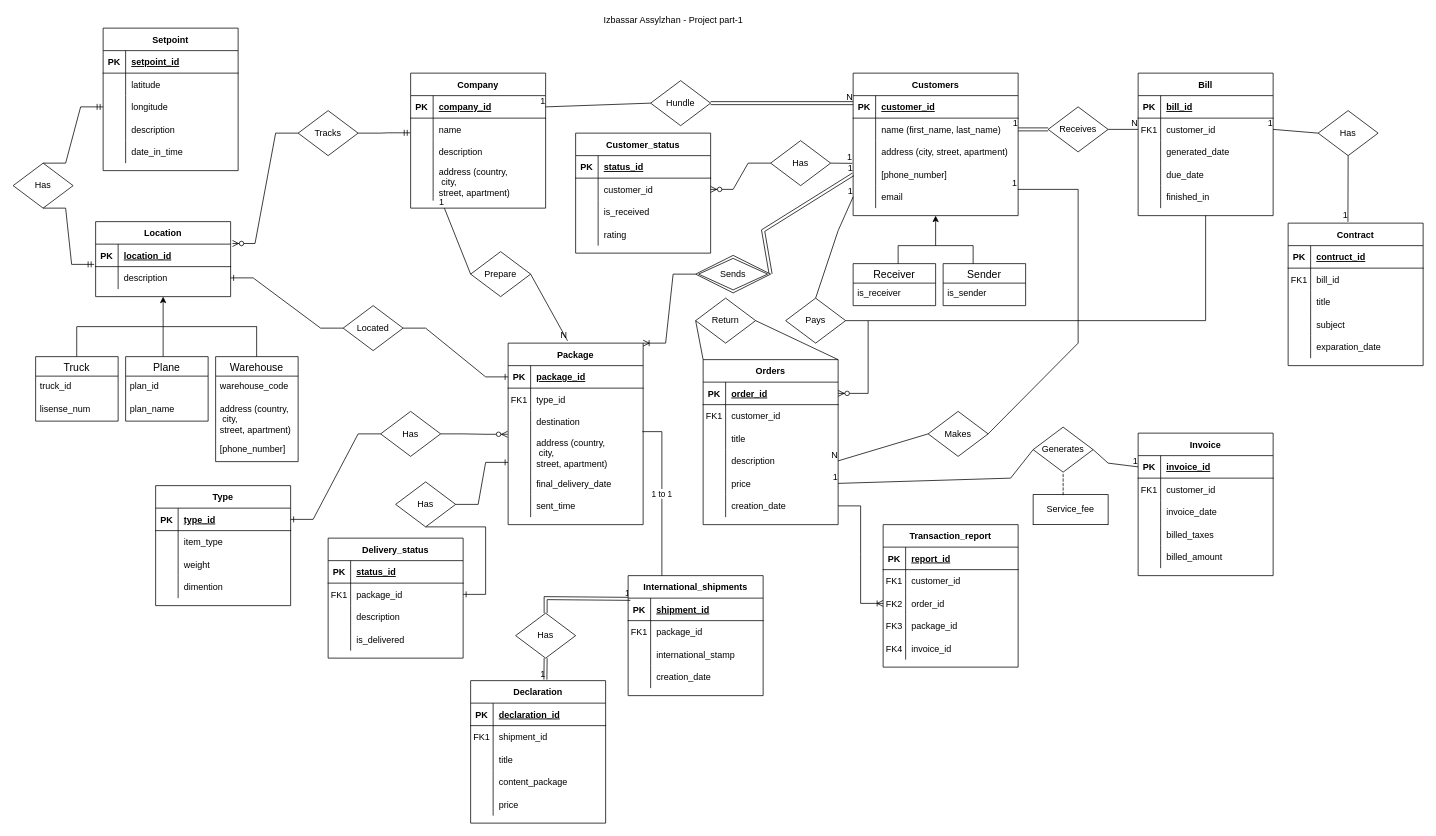
Before: Project/project_part1.drawio in Assylzhan-Izbassar/Databases, a draw.io diagram. Source tidied: cells renumbered, new cells numbered last; positions are measured from the earlier drawing's top-left corner, leaving out a move shared by most shapes. Both pictures are drawn from the tidied source at 75%, with x=0, y=0 at pixel (13, 13).
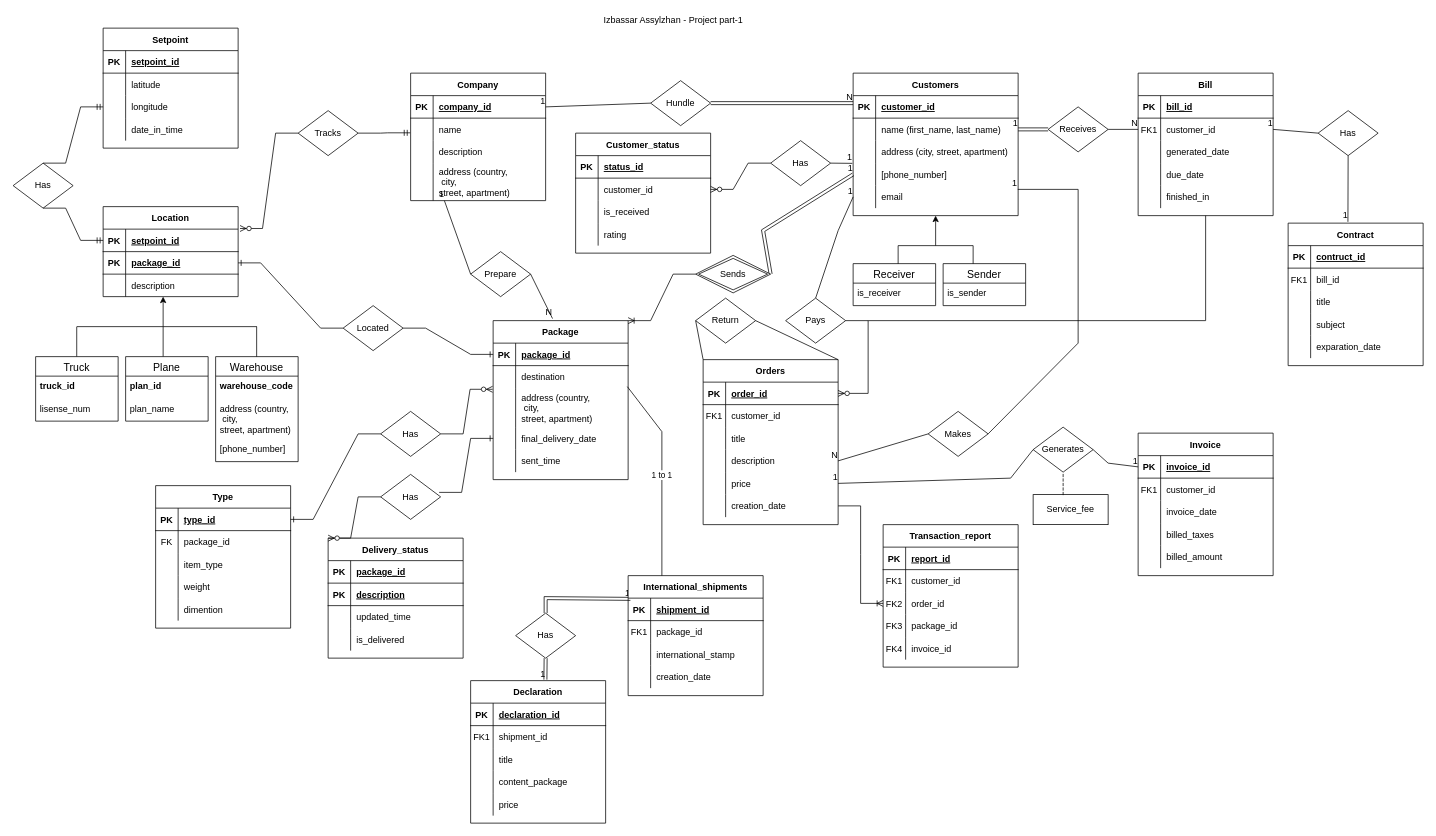
The same page after the edit.

The change refers to these unchanged cells:
```xml
<mxCell id="176" value="Delivery_status" style="shape=table;startSize=30;childLayout=tableLayout;rowLines=0;fontStyle=1;align=center;" parent="1" vertex="1">
  <mxGeometry x="420" y="700" width="180" height="160" as="geometry" />
</mxCell>
<mxCell id="177" style="shape=partialRectangle;fillColor=none;top=0;left=0;bottom=1;right=0;" parent="176" vertex="1">
  <mxGeometry y="30" width="180" height="30" as="geometry" />
</mxCell>
<mxCell id="193" style="shape=partialRectangle;fillColor=none;top=0;left=0;bottom=0;right=0;" parent="189" vertex="1">
  <mxGeometry y="60" width="180" height="30" as="geometry" />
</mxCell>
<mxCell id="203" style="shape=partialRectangle;fillColor=none;top=0;left=0;bottom=1;right=0;points=[[0,0.5],[1,0.5]];portConstraint=eastwest;" parent="202" vertex="1">
  <mxGeometry y="30" width="180" height="30" as="geometry" />
</mxCell>
<mxCell id="213" value="Truck" style="swimlane;fontStyle=0;horizontal=1;startSize=26;align=center;fontSize=14;" parent="1" vertex="1">
  <mxGeometry x="30" y="458" width="110" height="86" as="geometry" />
</mxCell>
<mxCell id="216" value="Plane" style="swimlane;fontStyle=0;horizontal=1;startSize=26;align=center;fontSize=14;" parent="1" vertex="1">
  <mxGeometry x="150" y="458" width="110" height="86" as="geometry" />
</mxCell>
<mxCell id="219" value="Warehouse" style="swimlane;fontStyle=0;horizontal=1;startSize=26;align=center;fontSize=14;" parent="1" vertex="1">
  <mxGeometry x="270" y="458" width="110" height="140" as="geometry" />
</mxCell>
<mxCell id="245" value="Has" style="shape=rhombus;perimeter=rhombusPerimeter;whiteSpace=wrap;html=1;align=center;" parent="1" vertex="1">
  <mxGeometry y="200" width="80" height="60" as="geometry" />
</mxCell>
<mxCell id="263" value="Located" style="shape=rhombus;perimeter=rhombusPerimeter;whiteSpace=wrap;html=1;align=center;" parent="1" vertex="1">
  <mxGeometry x="440" y="390" width="80" height="60" as="geometry" />
</mxCell>
```

Change to the diagram source:
```diff
@@
     <mxCell id="115" value="Company" style="shape=table;startSize=30;childLayout=tableLayout;rowLines=0;fontStyle=1;align=center;" parent="1" vertex="1">
-      <mxGeometry x="530" y="80" width="180" height="180" as="geometry" />
+      <mxGeometry x="530" y="80" width="180" height="170" as="geometry" />
     </mxCell>
@@
     <mxCell id="141" value="Package" style="shape=table;startSize=30;childLayout=tableLayout;rowLines=0;fontStyle=1;align=center;" parent="1" vertex="1">
-      <mxGeometry x="660" y="440" width="180" height="242" as="geometry" />
+      <mxGeometry x="640" y="410" width="180" height="212" as="geometry" />
     </mxCell>
@@
-    <mxCell id="145" style="shape=partialRectangle;fillColor=none;top=0;left=0;bottom=0;right=0;" parent="141" vertex="1">
-      <mxGeometry y="60" width="180" height="30" as="geometry" />
-    </mxCell>
-    <mxCell id="146" value="FK1" style="shape=partialRectangle;fillColor=none;top=0;left=0;bottom=0;right=0;overflow=hidden;" parent="145" vertex="1">
-      <mxGeometry width="30" height="30" as="geometry" />
-    </mxCell>
-    <mxCell id="147" value="type_id" style="shape=partialRectangle;fillColor=none;top=0;left=0;bottom=0;right=0;align=left;spacingLeft=6;overflow=hidden;" parent="145" vertex="1">
-      <mxGeometry x="30" width="150" height="30" as="geometry" />
-    </mxCell>
     <mxCell id="148" style="shape=partialRectangle;fillColor=none;top=0;left=0;bottom=0;right=0;" parent="141" vertex="1">
-      <mxGeometry y="90" width="180" height="30" as="geometry" />
+      <mxGeometry y="60" width="180" height="30" as="geometry" />
     </mxCell>
@@
     <mxCell id="151" style="shape=partialRectangle;fillColor=none;top=0;left=0;bottom=0;right=0;points=[[0,0.5],[1,0.5]];portConstraint=eastwest;" parent="141" vertex="1">
-      <mxGeometry y="120" width="180" height="52" as="geometry" />
+      <mxGeometry y="90" width="180" height="52" as="geometry" />
     </mxCell>
@@
     <mxCell id="154" style="shape=partialRectangle;fillColor=none;top=0;left=0;bottom=0;right=0;points=[[0,0.5],[1,0.5]];portConstraint=eastwest;" parent="141" vertex="1">
-      <mxGeometry y="172" width="180" height="30" as="geometry" />
+      <mxGeometry y="142" width="180" height="30" as="geometry" />
     </mxCell>
@@
     <mxCell id="157" style="shape=partialRectangle;fillColor=none;top=0;left=0;bottom=0;right=0;" parent="141" vertex="1">
-      <mxGeometry y="202" width="180" height="30" as="geometry" />
+      <mxGeometry y="172" width="180" height="30" as="geometry" />
     </mxCell>
@@
-    <mxCell id="179" value="status_id" style="shape=partialRectangle;fillColor=none;top=0;left=0;bottom=0;right=0;align=left;spacingLeft=6;fontStyle=5;overflow=hidden;" parent="177" vertex="1">
+    <mxCell id="179" value="package_id" style="shape=partialRectangle;fillColor=none;top=0;left=0;bottom=0;right=0;align=left;spacingLeft=6;fontStyle=5;overflow=hidden;" parent="177" vertex="1">
       <mxGeometry x="30" width="150" height="30" as="geometry" />
     </mxCell>
-    <mxCell id="180" style="shape=partialRectangle;fillColor=none;top=0;left=0;bottom=0;right=0;points=[[0,0.5],[1,0.5]];portConstraint=eastwest;" parent="176" vertex="1">
-      <mxGeometry y="60" width="180" height="30" as="geometry" />
-    </mxCell>
-    <mxCell id="181" value="FK1" style="shape=partialRectangle;fillColor=none;top=0;left=0;bottom=0;right=0;overflow=hidden;" parent="180" vertex="1">
-      <mxGeometry width="30" height="30" as="geometry" />
-    </mxCell>
-    <mxCell id="182" value="package_id" style="shape=partialRectangle;fillColor=none;top=0;left=0;bottom=0;right=0;align=left;spacingLeft=6;overflow=hidden;" parent="180" vertex="1">
-      <mxGeometry x="30" width="150" height="30" as="geometry" />
-    </mxCell>
-    <mxCell id="183" style="shape=partialRectangle;fillColor=none;top=0;left=0;bottom=0;right=0;" parent="176" vertex="1">
-      <mxGeometry y="90" width="180" height="30" as="geometry" />
-    </mxCell>
-    <mxCell id="184" style="shape=partialRectangle;fillColor=none;top=0;left=0;bottom=0;right=0;overflow=hidden;" parent="183" vertex="1">
-      <mxGeometry width="30" height="30" as="geometry" />
-    </mxCell>
-    <mxCell id="185" value="description" style="shape=partialRectangle;fillColor=none;top=0;left=0;bottom=0;right=0;align=left;spacingLeft=6;overflow=hidden;" parent="183" vertex="1">
-      <mxGeometry x="30" width="150" height="30" as="geometry" />
-    </mxCell>
+    <mxCell id="321" style="shape=partialRectangle;fillColor=none;top=0;left=0;bottom=1;right=0;" parent="176" vertex="1">
+      <mxGeometry y="60" width="180" height="30" as="geometry" />
+    </mxCell>
+    <mxCell id="322" value="PK" style="shape=partialRectangle;fillColor=none;top=0;left=0;bottom=0;right=0;fontStyle=1;overflow=hidden;" parent="321" vertex="1">
+      <mxGeometry width="30" height="30" as="geometry" />
+    </mxCell>
+    <mxCell id="323" value="description" style="shape=partialRectangle;fillColor=none;top=0;left=0;bottom=0;right=0;align=left;spacingLeft=6;fontStyle=5;overflow=hidden;" parent="321" vertex="1">
+      <mxGeometry x="30" width="150" height="30" as="geometry" />
+    </mxCell>
+    <mxCell id="324" style="shape=partialRectangle;fillColor=none;top=0;left=0;bottom=0;right=0;" parent="176" vertex="1">
+      <mxGeometry y="90" width="180" height="30" as="geometry" />
+    </mxCell>
+    <mxCell id="325" style="shape=partialRectangle;fillColor=none;top=0;left=0;bottom=0;right=0;overflow=hidden;" parent="324" vertex="1">
+      <mxGeometry width="30" height="30" as="geometry" />
+    </mxCell>
+    <mxCell id="326" value="updated_time" style="shape=partialRectangle;fillColor=none;top=0;left=0;bottom=0;right=0;align=left;spacingLeft=6;overflow=hidden;" parent="324" vertex="1">
+      <mxGeometry x="30" width="150" height="30" as="geometry" />
+    </mxCell>
@@
     <mxCell id="189" value="Type" style="shape=table;startSize=30;childLayout=tableLayout;rowLines=0;fontStyle=1;align=center;" parent="1" vertex="1">
-      <mxGeometry x="190" y="630" width="180" height="160" as="geometry" />
+      <mxGeometry x="190" y="630" width="180" height="190" as="geometry" />
     </mxCell>
@@
-    <mxCell id="194" style="shape=partialRectangle;fillColor=none;top=0;left=0;bottom=0;right=0;overflow=hidden;" parent="193" vertex="1">
+    <mxCell id="194" value="FK" style="shape=partialRectangle;fillColor=none;top=0;left=0;bottom=0;right=0;overflow=hidden;" parent="193" vertex="1">
       <mxGeometry width="30" height="30" as="geometry" />
     </mxCell>
-    <mxCell id="195" value="item_type" style="shape=partialRectangle;fillColor=none;top=0;left=0;bottom=0;right=0;align=left;spacingLeft=6;overflow=hidden;" parent="193" vertex="1">
+    <mxCell id="195" value="package_id" style="shape=partialRectangle;fillColor=none;top=0;left=0;bottom=0;right=0;align=left;spacingLeft=6;overflow=hidden;" parent="193" vertex="1">
       <mxGeometry x="30" width="150" height="30" as="geometry" />
     </mxCell>
+    <mxCell id="327" style="shape=partialRectangle;fillColor=none;top=0;left=0;bottom=0;right=0;" parent="189" vertex="1">
+      <mxGeometry y="90" width="180" height="30" as="geometry" />
+    </mxCell>
+    <mxCell id="328" style="shape=partialRectangle;fillColor=none;top=0;left=0;bottom=0;right=0;overflow=hidden;" parent="327" vertex="1">
+      <mxGeometry width="30" height="30" as="geometry" />
+    </mxCell>
+    <mxCell id="329" value="item_type" style="shape=partialRectangle;fillColor=none;top=0;left=0;bottom=0;right=0;align=left;spacingLeft=6;overflow=hidden;" parent="327" vertex="1">
+      <mxGeometry x="30" width="150" height="30" as="geometry" />
+    </mxCell>
     <mxCell id="196" style="shape=partialRectangle;fillColor=none;top=0;left=0;bottom=0;right=0;" parent="189" vertex="1">
-      <mxGeometry y="90" width="180" height="30" as="geometry" />
+      <mxGeometry y="120" width="180" height="30" as="geometry" />
     </mxCell>
@@
     <mxCell id="199" style="shape=partialRectangle;fillColor=none;top=0;left=0;bottom=0;right=0;" parent="189" vertex="1">
-      <mxGeometry y="120" width="180" height="30" as="geometry" />
+      <mxGeometry y="150" width="180" height="30" as="geometry" />
     </mxCell>
@@
     <mxCell id="202" value="Location" style="shape=table;startSize=30;childLayout=tableLayout;rowLines=0;fontStyle=1;align=center;" parent="1" vertex="1">
-      <mxGeometry x="110" y="278" width="180" height="100" as="geometry" />
+      <mxGeometry x="120" y="258" width="180" height="120" as="geometry" />
     </mxCell>
@@
-    <mxCell id="205" value="location_id" style="shape=partialRectangle;fillColor=none;top=0;left=0;bottom=0;right=0;align=left;spacingLeft=6;fontStyle=5;overflow=hidden;" parent="203" vertex="1">
+    <mxCell id="205" value="setpoint_id" style="shape=partialRectangle;fillColor=none;top=0;left=0;bottom=0;right=0;align=left;spacingLeft=6;fontStyle=5;overflow=hidden;" parent="203" vertex="1">
       <mxGeometry x="30" width="150" height="30" as="geometry" />
     </mxCell>
-    <mxCell id="206" style="shape=partialRectangle;fillColor=none;top=0;left=0;bottom=0;right=0;points=[[0,0.5],[1,0.5]];portConstraint=eastwest;" parent="202" vertex="1">
-      <mxGeometry y="60" width="180" height="30" as="geometry" />
-    </mxCell>
-    <mxCell id="207" style="shape=partialRectangle;fillColor=none;top=0;left=0;bottom=0;right=0;overflow=hidden;" parent="206" vertex="1">
-      <mxGeometry width="30" height="30" as="geometry" />
-    </mxCell>
-    <mxCell id="208" value="description" style="shape=partialRectangle;fillColor=none;top=0;left=0;bottom=0;right=0;align=left;spacingLeft=6;overflow=hidden;" parent="206" vertex="1">
-      <mxGeometry x="30" width="150" height="30" as="geometry" />
-    </mxCell>
+    <mxCell id="330" style="shape=partialRectangle;fillColor=none;top=0;left=0;bottom=1;right=0;points=[[0,0.5],[1,0.5]];portConstraint=eastwest;" parent="202" vertex="1">
+      <mxGeometry y="60" width="180" height="30" as="geometry" />
+    </mxCell>
+    <mxCell id="331" value="PK" style="shape=partialRectangle;fillColor=none;top=0;left=0;bottom=0;right=0;fontStyle=1;overflow=hidden;" parent="330" vertex="1">
+      <mxGeometry width="30" height="30" as="geometry" />
+    </mxCell>
+    <mxCell id="182" value="package_id" style="shape=partialRectangle;fillColor=none;top=0;left=0;bottom=0;right=0;align=left;spacingLeft=6;fontStyle=5;overflow=hidden;" parent="330" vertex="1">
+      <mxGeometry x="30" width="150" height="30" as="geometry" />
+    </mxCell>
+    <mxCell id="332" style="shape=partialRectangle;fillColor=none;top=0;left=0;bottom=0;right=0;" parent="202" vertex="1">
+      <mxGeometry y="90" width="180" height="30" as="geometry" />
+    </mxCell>
+    <mxCell id="333" style="shape=partialRectangle;fillColor=none;top=0;left=0;bottom=0;right=0;overflow=hidden;" parent="332" vertex="1">
+      <mxGeometry width="30" height="30" as="geometry" />
+    </mxCell>
+    <mxCell id="334" value="description" style="shape=partialRectangle;fillColor=none;top=0;left=0;bottom=0;right=0;align=left;spacingLeft=6;overflow=hidden;" parent="332" vertex="1">
+      <mxGeometry x="30" width="150" height="30" as="geometry" />
+    </mxCell>
@@
-    <mxCell id="214" value="truck_id" style="text;strokeColor=none;fillColor=none;spacingLeft=4;spacingRight=4;overflow=hidden;fontSize=12;" parent="213" vertex="1">
+    <mxCell id="214" value="truck_id" style="text;strokeColor=none;fillColor=none;spacingLeft=4;spacingRight=4;overflow=hidden;fontSize=12;fontStyle=1;" parent="213" vertex="1">
       <mxGeometry y="26" width="110" height="30" as="geometry" />
     </mxCell>
@@
-    <mxCell id="217" value="plan_id" style="text;strokeColor=none;fillColor=none;spacingLeft=4;spacingRight=4;overflow=hidden;fontSize=12;" parent="216" vertex="1">
+    <mxCell id="217" value="plan_id" style="text;strokeColor=none;fillColor=none;spacingLeft=4;spacingRight=4;overflow=hidden;fontSize=12;fontStyle=1;" parent="216" vertex="1">
       <mxGeometry y="26" width="110" height="30" as="geometry" />
     </mxCell>
@@
-    <mxCell id="220" value="warehouse_code" style="text;strokeColor=none;fillColor=none;spacingLeft=4;spacingRight=4;overflow=hidden;fontSize=12;" parent="219" vertex="1">
+    <mxCell id="220" value="warehouse_code" style="text;strokeColor=none;fillColor=none;spacingLeft=4;spacingRight=4;overflow=hidden;fontSize=12;fontStyle=1;" parent="219" vertex="1">
       <mxGeometry y="26" width="110" height="30" as="geometry" />
     </mxCell>
@@
     <mxCell id="224" value="Setpoint" style="shape=table;startSize=30;childLayout=tableLayout;rowLines=0;fontStyle=1;align=center;" parent="1" vertex="1">
-      <mxGeometry x="120" y="20" width="180" height="190" as="geometry" />
+      <mxGeometry x="120" y="20" width="180" height="160" as="geometry" />
     </mxCell>
@@
-    <mxCell id="234" style="shape=partialRectangle;fillColor=none;top=0;left=0;bottom=0;right=0;" parent="224" vertex="1">
-      <mxGeometry y="120" width="180" height="30" as="geometry" />
-    </mxCell>
-    <mxCell id="235" style="shape=partialRectangle;fillColor=none;top=0;left=0;bottom=0;right=0;overflow=hidden;" parent="234" vertex="1">
-      <mxGeometry width="30" height="30" as="geometry" />
-    </mxCell>
-    <mxCell id="236" value="description" style="shape=partialRectangle;fillColor=none;top=0;left=0;bottom=0;right=0;align=left;spacingLeft=6;overflow=hidden;" parent="234" vertex="1">
-      <mxGeometry x="30" width="150" height="30" as="geometry" />
-    </mxCell>
     <mxCell id="237" style="shape=partialRectangle;fillColor=none;top=0;left=0;bottom=0;right=0;" parent="224" vertex="1">
-      <mxGeometry y="150" width="180" height="30" as="geometry" />
+      <mxGeometry y="120" width="180" height="30" as="geometry" />
     </mxCell>
@@
-    <mxCell id="247" style="edgeStyle=entityRelationEdgeStyle;fontSize=12;html=1;endArrow=ERmandOne;rounded=0;entryX=-0.011;entryY=-0.1;entryDx=0;entryDy=0;entryPerimeter=0;exitX=0.5;exitY=1;exitDx=0;exitDy=0;" parent="1" edge="1" source="245" target="206">
+    <mxCell id="247" style="edgeStyle=entityRelationEdgeStyle;fontSize=12;html=1;endArrow=ERmandOne;rounded=0;entryX=0;entryY=0.5;entryDx=0;entryDy=0;exitX=0.5;exitY=1;exitDx=0;exitDy=0;" parent="1" edge="1" source="245" target="203">
       <mxGeometry relative="1" as="geometry" />
     </mxCell>
@@
     <mxCell id="251" value="Has" style="shape=rhombus;perimeter=rhombusPerimeter;whiteSpace=wrap;html=1;align=center;rotation=0;" parent="1" vertex="1">
-      <mxGeometry x="510" y="625" width="80" height="60" as="geometry" />
+      <mxGeometry x="490" y="615" width="80" height="60" as="geometry" />
     </mxCell>
-    <mxCell id="252" style="edgeStyle=entityRelationEdgeStyle;fontSize=12;html=1;endArrow=ERone;endFill=1;rounded=0;exitX=1;exitY=0.5;exitDx=0;exitDy=0;" parent="1" edge="1" source="251">
-      <mxGeometry relative="1" as="geometry">
-        <mxPoint x="660" y="599" as="targetPoint" />
-      </mxGeometry>
-    </mxCell>
-    <mxCell id="253" style="edgeStyle=entityRelationEdgeStyle;fontSize=12;html=1;endArrow=ERone;endFill=1;rounded=0;exitX=0.5;exitY=1;exitDx=0;exitDy=0;" parent="1" edge="1" source="251" target="180">
-      <mxGeometry relative="1" as="geometry" />
-    </mxCell>
@@
-    <mxCell id="264" style="edgeStyle=entityRelationEdgeStyle;fontSize=12;html=1;endArrow=ERone;endFill=1;rounded=0;entryX=1;entryY=0.5;entryDx=0;entryDy=0;exitX=0;exitY=0.5;exitDx=0;exitDy=0;" parent="1" edge="1" source="263" target="206">
+    <mxCell id="264" style="edgeStyle=entityRelationEdgeStyle;fontSize=12;html=1;endArrow=ERone;endFill=1;rounded=0;entryX=1;entryY=0.5;entryDx=0;entryDy=0;exitX=0;exitY=0.5;exitDx=0;exitDy=0;" parent="1" edge="1" source="263" target="330">
       <mxGeometry relative="1" as="geometry" />
     </mxCell>
@@
+    <mxCell id="335" style="edgeStyle=entityRelationEdgeStyle;fontSize=12;html=1;endArrow=ERzeroToMany;endFill=1;rounded=0;entryX=0;entryY=0;entryDx=0;entryDy=0;exitX=0;exitY=0.5;exitDx=0;exitDy=0;" parent="1" edge="1" source="251" target="176">
+      <mxGeometry relative="1" as="geometry" />
+    </mxCell>
+    <mxCell id="336" style="edgeStyle=entityRelationEdgeStyle;fontSize=12;html=1;endArrow=ERone;endFill=1;rounded=0;exitX=0.975;exitY=0.4;exitDx=0;exitDy=0;exitPerimeter=0;entryX=0;entryY=0.5;entryDx=0;entryDy=0;" parent="1" edge="1" source="251" target="154">
+      <mxGeometry relative="1" as="geometry" />
+    </mxCell>
```
